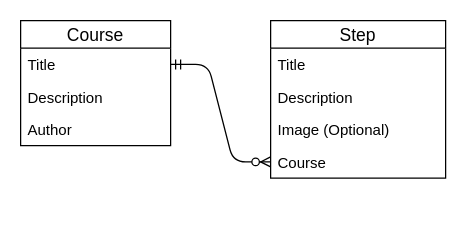
This is doc/ERD.drawio from Sam36502/Tutor, a draw.io file, before an edit. Source tidied: cells renumbered, new cells numbered last; positions are measured from the earlier drawing's top-left corner, leaving out a move shared by most shapes. Both pictures are drawn from the tidied source at 125%, with x=0, y=0 at pixel (20, 20).
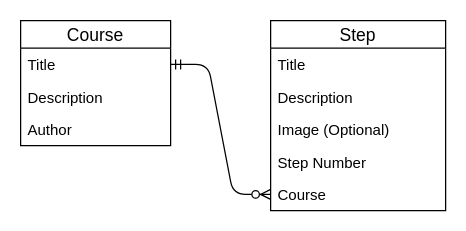
The same page after the edit.

Commit message (it also covers changes not shown here):
Updated ERD/RM and script

Change to the diagram source:
```diff
@@
 <mxGraphModel>
   <root>
     <mxCell id="0" />
     <mxCell id="1" parent="0" />
     <mxCell id="2" value="Course" style="swimlane;fontStyle=0;horizontal=1;startSize=22;align=center;fontSize=14;" parent="1" vertex="1">
       <mxGeometry width="120" height="100" as="geometry" />
     </mxCell>
     <mxCell id="3" value="Title" style="text;strokeColor=none;fillColor=none;spacingLeft=4;spacingRight=4;overflow=hidden;points=[[0,0.5],[1,0.5]];portConstraint=eastwest;fontSize=12;" parent="2" vertex="1">
       <mxGeometry y="22" width="120" height="26" as="geometry" />
     </mxCell>
     <mxCell id="4" value="Description" style="text;strokeColor=none;fillColor=none;spacingLeft=4;spacingRight=4;overflow=hidden;fontSize=12;" parent="2" vertex="1">
       <mxGeometry y="48" width="120" height="26" as="geometry" />
     </mxCell>
     <mxCell id="5" value="Author" style="text;strokeColor=none;fillColor=none;spacingLeft=4;spacingRight=4;overflow=hidden;fontSize=12;" parent="2" vertex="1">
       <mxGeometry y="74" width="120" height="26" as="geometry" />
     </mxCell>
     <mxCell id="6" value="Step" style="swimlane;fontStyle=0;horizontal=1;startSize=22;align=center;fontSize=14;" parent="1" vertex="1">
-      <mxGeometry x="200" width="140" height="126" as="geometry" />
+      <mxGeometry x="200" width="140" height="152" as="geometry" />
     </mxCell>
     <mxCell id="7" value="Title" style="text;strokeColor=none;fillColor=none;spacingLeft=4;spacingRight=4;overflow=hidden;fontSize=12;" parent="6" vertex="1">
       <mxGeometry y="22" width="140" height="26" as="geometry" />
     </mxCell>
     <mxCell id="8" value="Description" style="text;strokeColor=none;fillColor=none;spacingLeft=4;spacingRight=4;overflow=hidden;fontSize=12;" parent="6" vertex="1">
       <mxGeometry y="48" width="140" height="26" as="geometry" />
     </mxCell>
     <mxCell id="9" value="Image (Optional)" style="text;strokeColor=none;fillColor=none;spacingLeft=4;spacingRight=4;overflow=hidden;fontSize=12;" parent="6" vertex="1">
       <mxGeometry y="74" width="140" height="26" as="geometry" />
     </mxCell>
+    <mxCell id="12" value="Step Number" style="text;strokeColor=none;fillColor=none;spacingLeft=4;spacingRight=4;overflow=hidden;fontSize=12;" parent="6" vertex="1">
+      <mxGeometry y="100" width="140" height="26" as="geometry" />
+    </mxCell>
     <mxCell id="10" value="Course" style="text;strokeColor=none;fillColor=none;spacingLeft=4;spacingRight=4;overflow=hidden;points=[[0,0.5],[1,0.5]];portConstraint=eastwest;fontSize=12;" parent="6" vertex="1">
-      <mxGeometry y="100" width="140" height="26" as="geometry" />
+      <mxGeometry y="126" width="140" height="26" as="geometry" />
     </mxCell>
     <mxCell id="11" style="edgeStyle=entityRelationEdgeStyle;fontSize=12;html=1;endArrow=ERzeroToMany;startArrow=ERmandOne;" parent="1" edge="1" source="3" target="10">
       <mxGeometry relative="1" as="geometry" />
     </mxCell>
   </root>
 </mxGraphModel>
```
